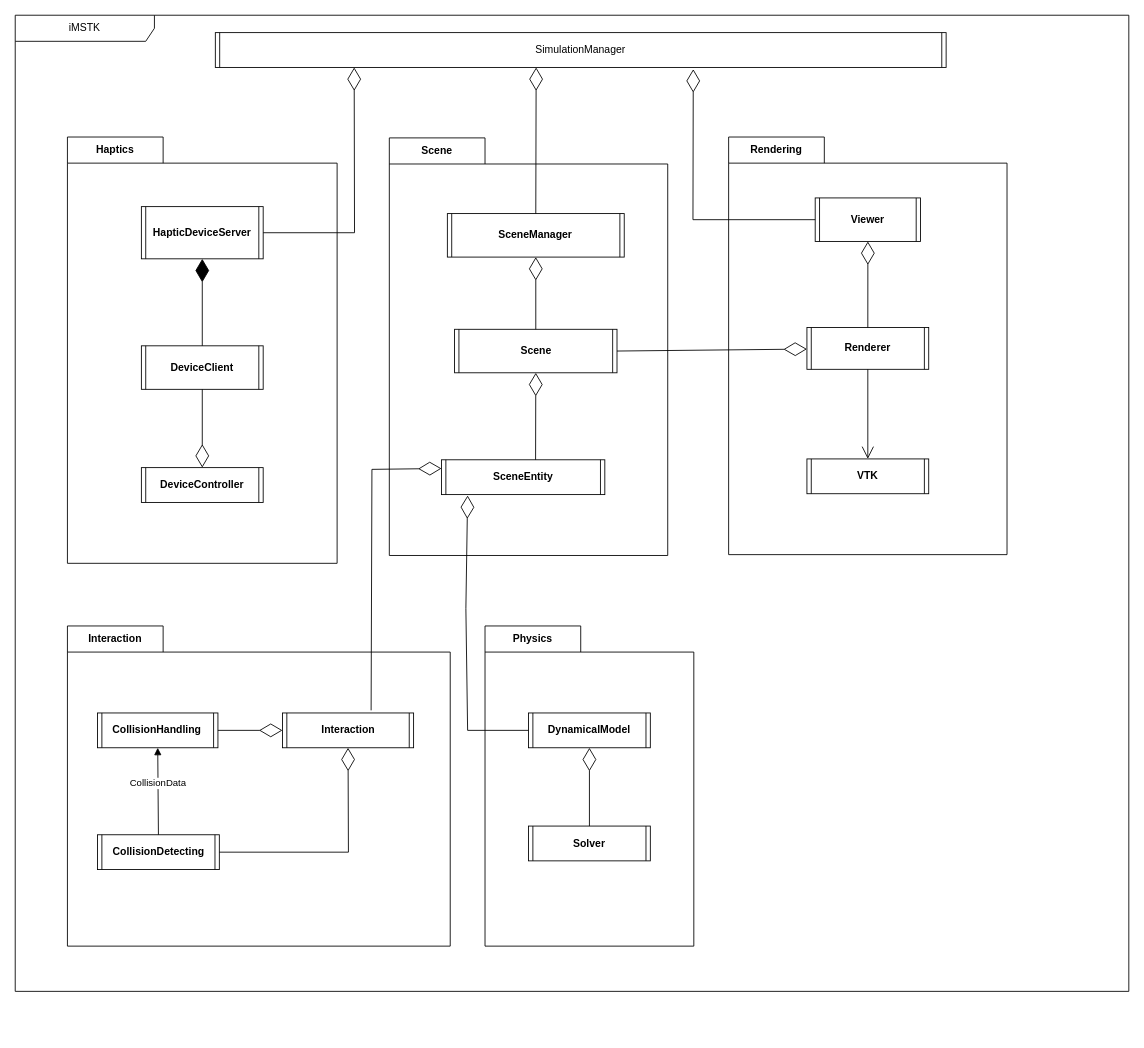
Above: CAS/Drawio/Simulation-Manager.drawio in robotics-intelligent-systems/jfxrss (draw.io), before the change. Source tidied: cells renumbered, new cells numbered last; positions are measured from the earlier drawing's top-left corner, leaving out a move shared by most shapes. Both pictures are drawn from the tidied source at 87%, with x=0, y=0 at pixel (15, 15).
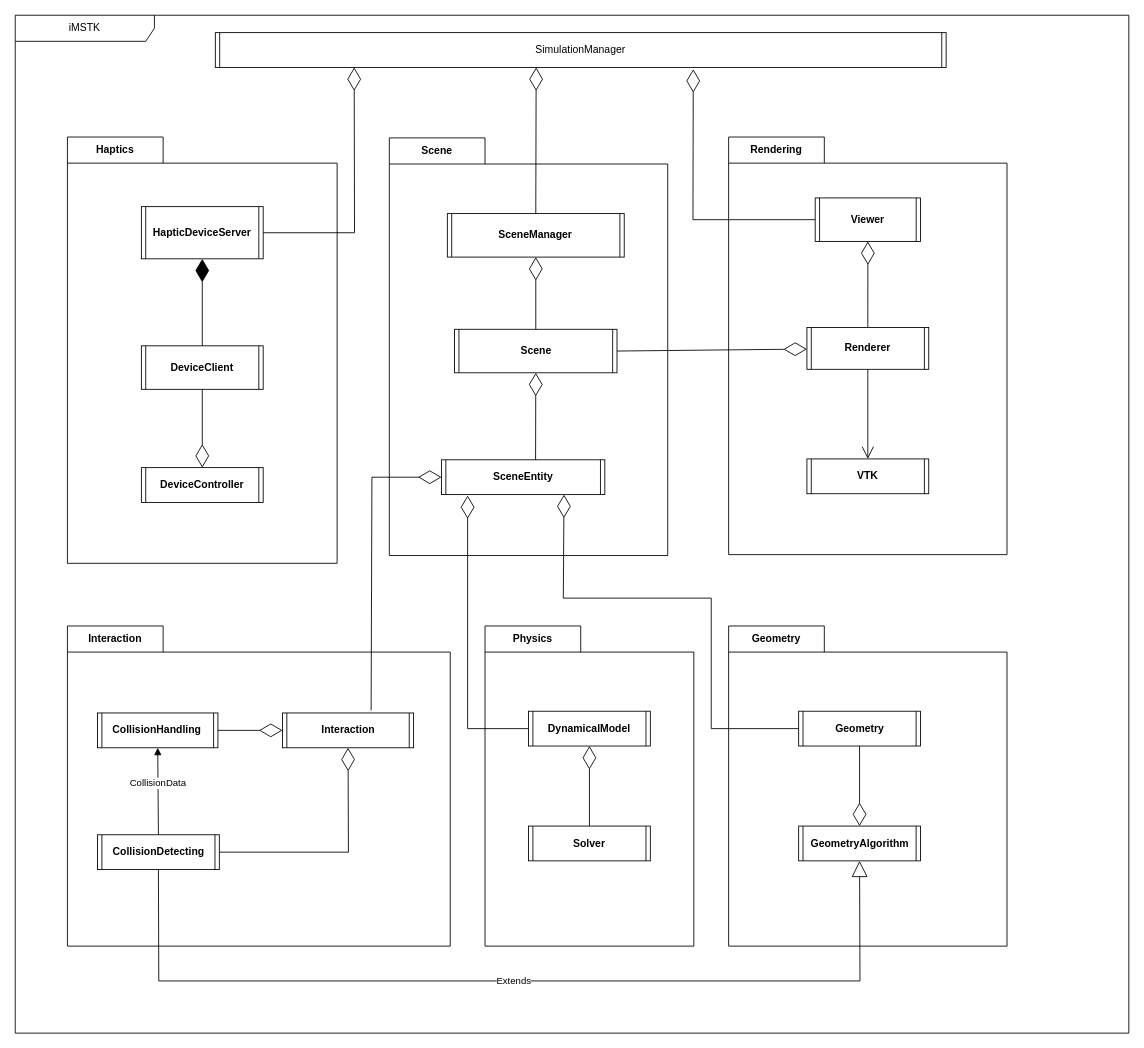
After the change.

Commit message:
[fix] Adding geometry package

Unchanged cells that the change refers to:
```xml
<mxCell id="12" value="SceneEntity" style="shape=process2;fixedSize=1;size=5;fontStyle=1;html=1;whiteSpace=wrap;" parent="9" vertex="1">
  <mxGeometry x="60" y="370" width="187.7" height="40" as="geometry" />
</mxCell>
<mxCell id="27" value="Interaction" style="shape=process2;fixedSize=1;size=5;fontStyle=1;html=1;whiteSpace=wrap;" parent="26" vertex="1">
  <mxGeometry x="247.2" y="100" width="150.7" height="40" as="geometry" />
</mxCell>
<mxCell id="29" value="CollisionDetecting" style="shape=process2;fixedSize=1;size=5;fontStyle=1;html=1;whiteSpace=wrap;" parent="26" vertex="1">
  <mxGeometry x="34.6" y="240" width="140" height="40" as="geometry" />
</mxCell>
<mxCell id="33" value="Physics" style="shape=folder;fontStyle=1;tabWidth=110;tabHeight=30;tabPosition=left;html=1;boundedLbl=1;labelInHeader=1;whiteSpace=wrap;" parent="2" vertex="1">
  <mxGeometry x="540" y="702" width="240" height="368" as="geometry" />
</mxCell>
```

What changed in the source:
```diff
@@
     <mxCell id="2" value="iMSTK" style="shape=umlFrame;whiteSpace=wrap;html=1;width=160;" parent="1" vertex="1">
-      <mxGeometry width="1280" height="1122" as="geometry" />
+      <mxGeometry width="1280" height="1170" as="geometry" />
     </mxCell>
@@
     <mxCell id="34" value="DynamicalModel" style="shape=process2;fixedSize=1;size=5;fontStyle=1;html=1;whiteSpace=wrap;" parent="33" vertex="1">
-      <mxGeometry x="50" y="100" width="140" height="40" as="geometry" />
+      <mxGeometry x="50" y="98" width="140" height="40" as="geometry" />
     </mxCell>
@@
-    <mxCell id="37" style="endArrow=diamondThin;endFill=0;endSize=24;html=1;rounded=0;entryX=0;entryY=0.25;entryDx=0;entryDy=0;exitX=0.676;exitY=-0.075;exitDx=0;exitDy=0;exitPerimeter=0;" parent="2" edge="1" source="27" target="12">
+    <mxCell id="37" style="endArrow=diamondThin;endFill=0;endSize=24;html=1;rounded=0;entryX=0;entryY=0.5;entryDx=0;entryDy=0;exitX=0.676;exitY=-0.075;exitDx=0;exitDy=0;exitPerimeter=0;" parent="2" edge="1" source="27" target="12">
       <mxGeometry relative="1" as="geometry">
         <Array as="points">
-          <mxPoint x="410" y="522" />
+          <mxPoint x="410" y="531" />
         </Array>
       </mxGeometry>
     </mxCell>
     <mxCell id="38" style="endArrow=diamondThin;endFill=0;endSize=24;html=1;rounded=0;exitX=0;exitY=0.5;exitDx=0;exitDy=0;" parent="2" edge="1" source="34">
       <mxGeometry relative="1" as="geometry">
         <mxPoint x="520" y="552" as="targetPoint" />
         <Array as="points">
-          <mxPoint x="520" y="822" />
-          <mxPoint x="518" y="682" />
+          <mxPoint x="520" y="820" />
         </Array>
       </mxGeometry>
     </mxCell>
+    <mxCell id="39" value="Geometry" style="shape=folder;fontStyle=1;tabWidth=110;tabHeight=30;tabPosition=left;html=1;boundedLbl=1;labelInHeader=1;whiteSpace=wrap;" parent="2" vertex="1">
+      <mxGeometry x="820" y="702" width="320" height="368" as="geometry" />
+    </mxCell>
+    <mxCell id="40" value="Geometry" style="shape=process2;fixedSize=1;size=5;fontStyle=1;html=1;whiteSpace=wrap;" parent="39" vertex="1">
+      <mxGeometry x="80.5" y="98" width="140" height="40" as="geometry" />
+    </mxCell>
+    <mxCell id="41" value="GeometryAlgorithm" style="shape=process2;fixedSize=1;size=5;fontStyle=1;html=1;whiteSpace=wrap;" parent="39" vertex="1">
+      <mxGeometry x="80.5" y="230" width="140" height="40" as="geometry" />
+    </mxCell>
+    <mxCell id="42" style="endArrow=diamondThin;endFill=0;endSize=24;html=1;rounded=0;entryX=0.5;entryY=0;entryDx=0;entryDy=0;exitX=0.5;exitY=1;exitDx=0;exitDy=0;" parent="39" edge="1" source="40" target="41">
+      <mxGeometry relative="1" as="geometry" />
+    </mxCell>
+    <mxCell id="43" style="endArrow=diamondThin;endFill=0;endSize=24;html=1;rounded=0;entryX=0.75;entryY=1;entryDx=0;entryDy=0;exitX=0;exitY=0.5;exitDx=0;exitDy=0;" parent="2" edge="1" source="40" target="12">
+      <mxGeometry relative="1" as="geometry">
+        <Array as="points">
+          <mxPoint x="800" y="820" />
+          <mxPoint x="800" y="670" />
+          <mxPoint x="630" y="670" />
+        </Array>
+      </mxGeometry>
+    </mxCell>
+    <mxCell id="44" value="Extends" style="endArrow=block;endSize=16;endFill=0;html=1;rounded=0;entryX=0.5;entryY=1;entryDx=0;entryDy=0;exitX=0.5;exitY=1;exitDx=0;exitDy=0;" parent="2" edge="1" source="29" target="41">
+      <mxGeometry relative="1" as="geometry">
+        <Array as="points">
+          <mxPoint x="165" y="1110" />
+          <mxPoint x="971" y="1110" />
+        </Array>
+      </mxGeometry>
+    </mxCell>
```
